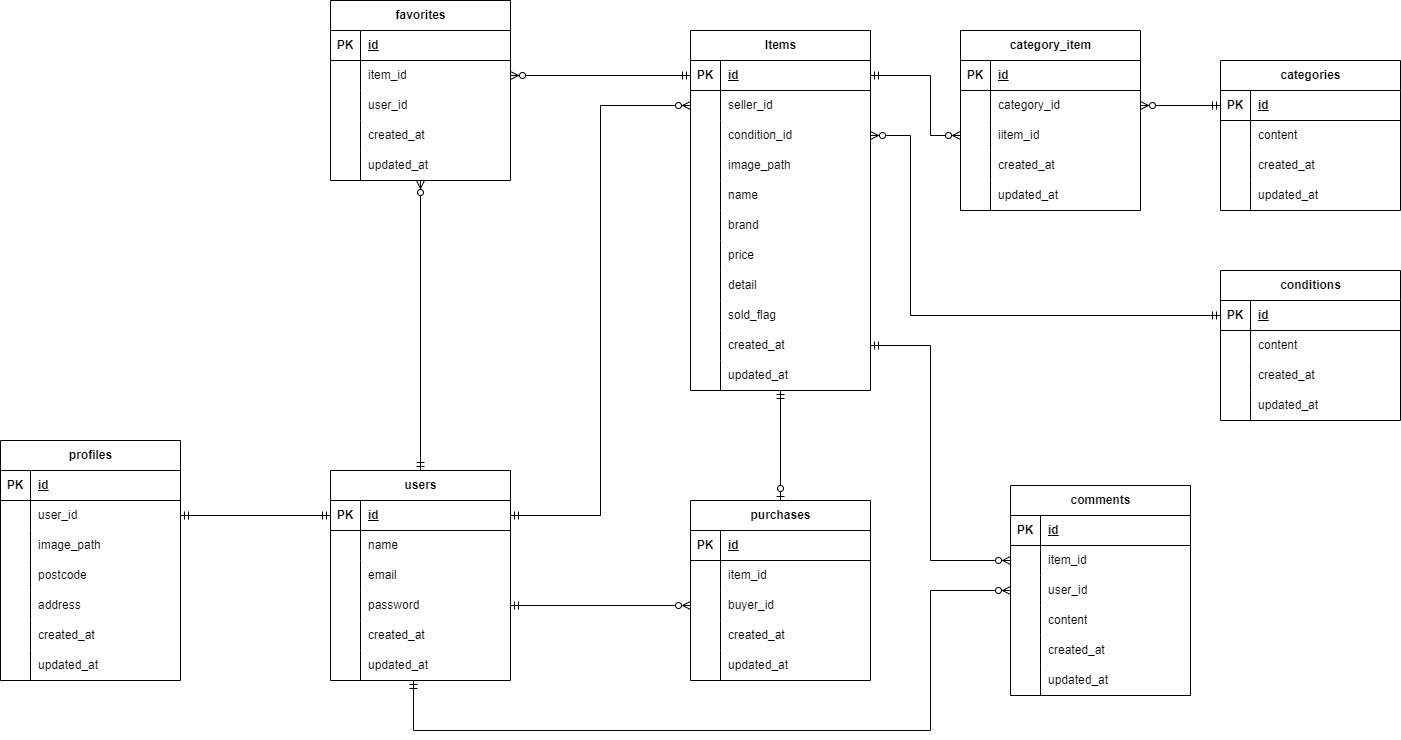
This is src/er-diagram.drawio.png from Roba-97/ObanaRyota-mockcase1-furima-app, a draw.io export, as it was before one commit. Source tidied: cells renumbered, new cells last; positions are measured from the earlier drawing's top-left corner, leaving out a move shared by most shapes.
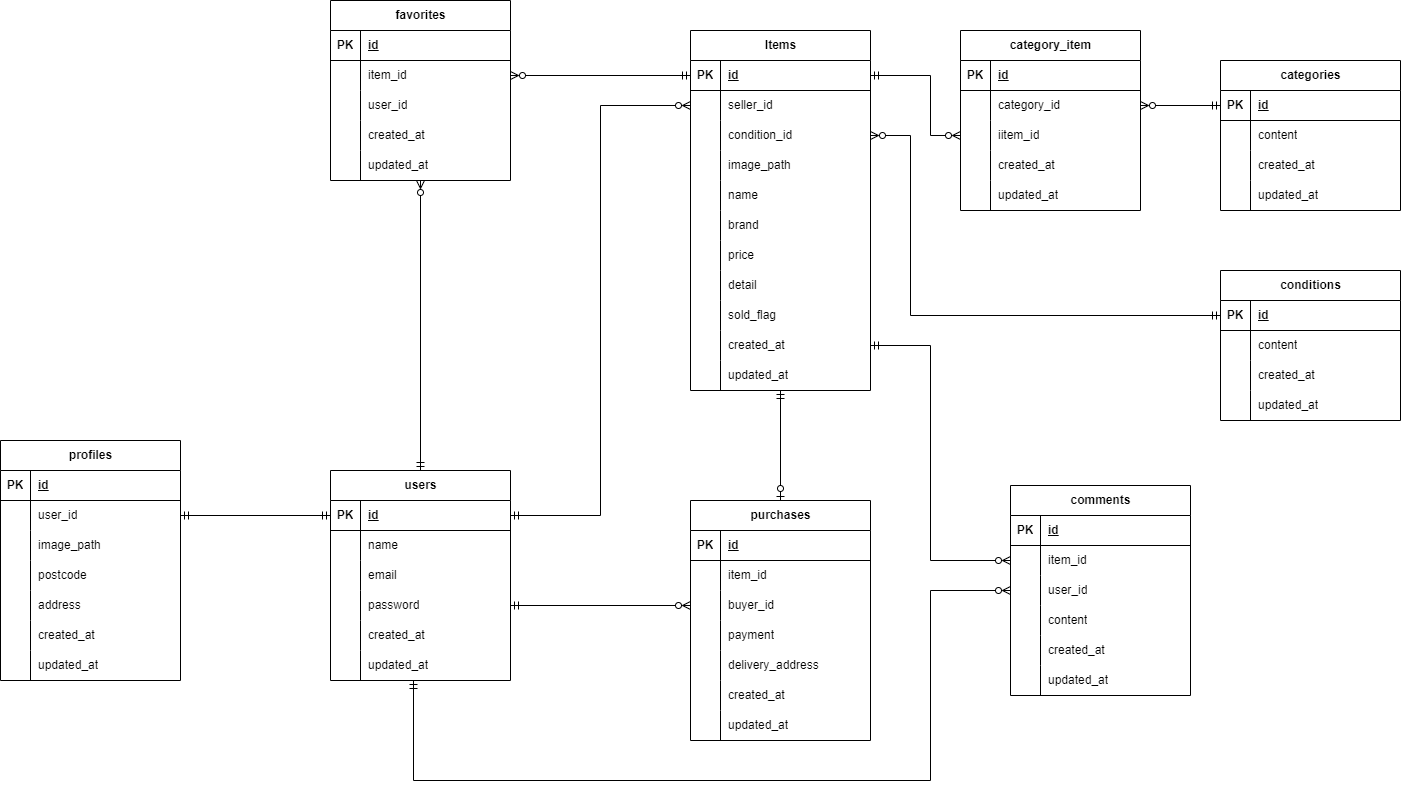
The same diagram one commit later.

What changed in the source:
```diff
@@ -417,7 +417,7 @@
       <mxGeometry relative="1" as="geometry" />
     </mxCell>
     <mxCell id="140" value="purchases" style="shape=table;startSize=30;rowLines=0;fontStyle=1;align=center;html=1;" parent="1" vertex="1">
-      <mxGeometry x="690" y="500" width="180" height="180" as="geometry" />
+      <mxGeometry x="690" y="500" width="180" height="240" as="geometry" />
     </mxCell>
     <mxCell id="141" style="shape=tableRow;horizontal=0;startSize=0;swimlaneHead=0;swimlaneBody=0;fillColor=none;top=0;left=0;right=0;bottom=1;" parent="140" vertex="1">
       <mxGeometry y="30" width="180" height="30" as="geometry" />
@@ -452,7 +452,7 @@
     <mxCell id="151" style="shape=partialRectangle;fillColor=none;top=0;left=0;bottom=0;right=0;overflow=hidden;whiteSpace=wrap;html=1;" parent="150" vertex="1">
       <mxGeometry width="30" height="30" as="geometry" />
     </mxCell>
-    <mxCell id="152" value="created_at" style="shape=partialRectangle;fillColor=none;top=0;left=0;bottom=0;right=0;align=left;spacingLeft=6;overflow=hidden;whiteSpace=wrap;html=1;" parent="150" vertex="1">
+    <mxCell id="152" value="payment" style="shape=partialRectangle;fillColor=none;top=0;left=0;bottom=0;right=0;align=left;spacingLeft=6;overflow=hidden;whiteSpace=wrap;html=1;" parent="150" vertex="1">
       <mxGeometry x="30" width="150" height="30" as="geometry" />
     </mxCell>
     <mxCell id="153" style="shape=tableRow;horizontal=0;startSize=0;swimlaneHead=0;swimlaneBody=0;fillColor=none;top=0;left=0;right=0;bottom=0;" parent="140" vertex="1">
@@ -461,9 +461,27 @@
     <mxCell id="154" style="shape=partialRectangle;fillColor=none;top=0;left=0;bottom=0;right=0;overflow=hidden;whiteSpace=wrap;html=1;" parent="153" vertex="1">
       <mxGeometry width="30" height="30" as="geometry" />
     </mxCell>
-    <mxCell id="155" value="updated_at" style="shape=partialRectangle;fillColor=none;top=0;left=0;bottom=0;right=0;align=left;spacingLeft=6;overflow=hidden;whiteSpace=wrap;html=1;" parent="153" vertex="1">
+    <mxCell id="155" value="delivery_address" style="shape=partialRectangle;fillColor=none;top=0;left=0;bottom=0;right=0;align=left;spacingLeft=6;overflow=hidden;whiteSpace=wrap;html=1;" parent="153" vertex="1">
       <mxGeometry x="30" width="150" height="30" as="geometry" />
     </mxCell>
+    <mxCell id="182" style="shape=tableRow;horizontal=0;startSize=0;swimlaneHead=0;swimlaneBody=0;fillColor=none;top=0;left=0;right=0;bottom=0;" parent="140" vertex="1">
+      <mxGeometry y="180" width="180" height="30" as="geometry" />
+    </mxCell>
+    <mxCell id="183" style="shape=partialRectangle;fillColor=none;top=0;left=0;bottom=0;right=0;overflow=hidden;whiteSpace=wrap;html=1;" parent="182" vertex="1">
+      <mxGeometry width="30" height="30" as="geometry" />
+    </mxCell>
+    <mxCell id="184" value="&lt;span style=&quot;color: rgb(0, 0, 0);&quot;&gt;created_at&lt;/span&gt;" style="shape=partialRectangle;fillColor=none;top=0;left=0;bottom=0;right=0;align=left;spacingLeft=6;overflow=hidden;whiteSpace=wrap;html=1;" parent="182" vertex="1">
+      <mxGeometry x="30" width="150" height="30" as="geometry" />
+    </mxCell>
+    <mxCell id="185" style="shape=tableRow;horizontal=0;startSize=0;swimlaneHead=0;swimlaneBody=0;fillColor=none;top=0;left=0;right=0;bottom=0;" parent="140" vertex="1">
+      <mxGeometry y="210" width="180" height="30" as="geometry" />
+    </mxCell>
+    <mxCell id="186" style="shape=partialRectangle;fillColor=none;top=0;left=0;bottom=0;right=0;overflow=hidden;whiteSpace=wrap;html=1;" parent="185" vertex="1">
+      <mxGeometry width="30" height="30" as="geometry" />
+    </mxCell>
+    <mxCell id="187" value="&lt;span style=&quot;color: rgb(0, 0, 0);&quot;&gt;updated_at&lt;/span&gt;" style="shape=partialRectangle;fillColor=none;top=0;left=0;bottom=0;right=0;align=left;spacingLeft=6;overflow=hidden;whiteSpace=wrap;html=1;" parent="185" vertex="1">
+      <mxGeometry x="30" width="150" height="30" as="geometry" />
+    </mxCell>
     <mxCell id="156" style="edgeStyle=orthogonalEdgeStyle;html=1;exitX=1;exitY=0.5;exitDx=0;exitDy=0;entryX=0;entryY=0.5;entryDx=0;entryDy=0;endArrow=ERmandOne;endFill=0;startArrow=ERzeroToMany;startFill=0;rounded=0;curved=0;" parent="1" edge="1" source="51" target="108">
       <mxGeometry relative="1" as="geometry">
         <Array as="points">
@@ -558,8 +576,8 @@
       <mxGeometry relative="1" as="geometry">
         <Array as="points">
           <mxPoint x="930" y="590" />
-          <mxPoint x="930" y="730" />
-          <mxPoint x="413" y="730" />
+          <mxPoint x="930" y="780" />
+          <mxPoint x="413" y="780" />
         </Array>
       </mxGeometry>
     </mxCell>
```
